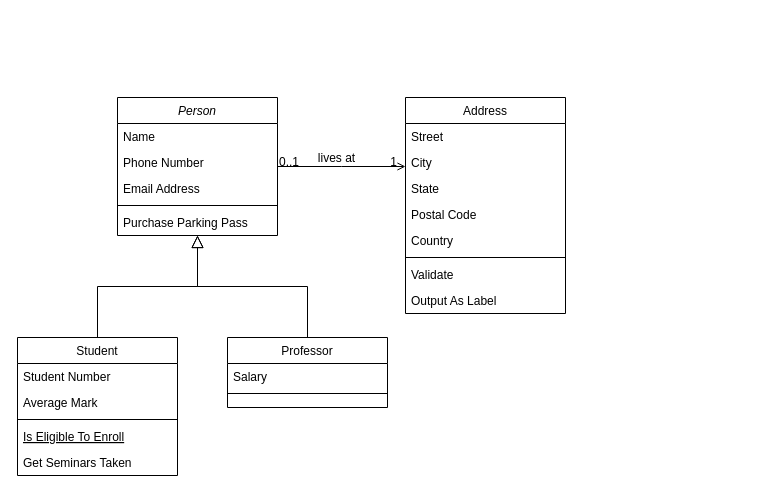
Above: Snowflake_Database.drawio in arnaud-dg/CT_gov_project (draw.io), before the change. Source tidied: cells renumbered, new cells numbered last; positions are measured from the earlier drawing's top-left corner, leaving out a move shared by most shapes. Both pictures are drawn from the tidied source at 100%, with x=0, y=0 at pixel (17, 97).
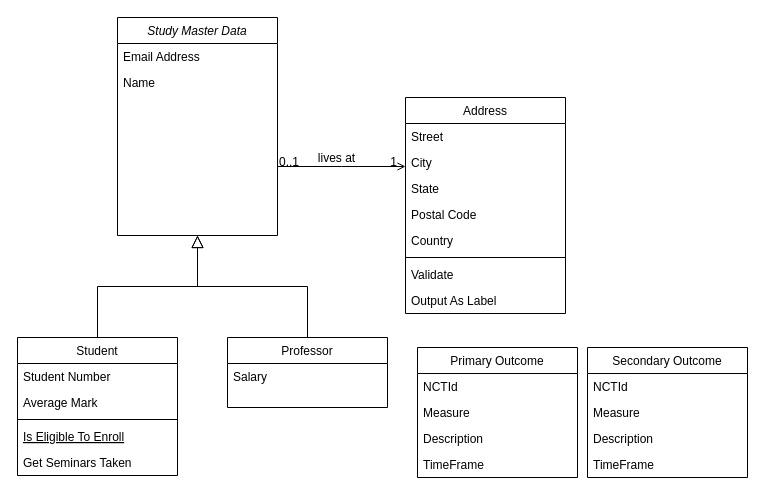
The same page after the edit.

Commit message:
Mettre à jour Snowflake_Database.drawio

The change refers to these unchanged cells:
```xml
<mxCell id="15" value="Professor" style="swimlane;fontStyle=0;align=center;verticalAlign=top;horizontal=1;startSize=26;rounded=0;shadow=0;strokeWidth=1;" parent="1" vertex="1">
  <mxGeometry x="210" y="240" width="160" height="70" as="geometry" />
</mxCell>
```

What changed in the source:
```diff
@@
-    <mxCell id="2" value="Person" style="swimlane;fontStyle=2;align=center;verticalAlign=top;horizontal=1;startSize=26;rounded=0;shadow=0;strokeWidth=1;" parent="1" vertex="1">
-      <mxGeometry x="100" width="160" height="138" as="geometry" />
+    <mxCell id="2" value="Study Master Data" style="swimlane;fontStyle=2;align=center;verticalAlign=top;horizontal=1;startSize=26;rounded=0;shadow=0;strokeWidth=1;" parent="1" vertex="1">
+      <mxGeometry x="100" y="-80" width="160" height="218" as="geometry" />
     </mxCell>
+    <mxCell id="5" value="Email Address" style="text;align=left;verticalAlign=top;spacingLeft=4;spacingRight=4;overflow=hidden;rounded=0;shadow=0;html=0;" parent="2" vertex="1">
+      <mxGeometry y="26" width="160" height="26" as="geometry" />
+    </mxCell>
     <mxCell id="3" value="Name" style="text;align=left;verticalAlign=top;spacingLeft=4;spacingRight=4;overflow=hidden;" parent="2" vertex="1">
-      <mxGeometry y="26" width="160" height="26" as="geometry" />
+      <mxGeometry y="52" width="160" height="26" as="geometry" />
     </mxCell>
-    <mxCell id="4" value="Phone Number" style="text;align=left;verticalAlign=top;spacingLeft=4;spacingRight=4;overflow=hidden;rounded=0;shadow=0;html=0;" parent="2" vertex="1">
-      <mxGeometry y="52" width="160" height="26" as="geometry" />
-    </mxCell>
-    <mxCell id="5" value="Email Address" style="text;align=left;verticalAlign=top;spacingLeft=4;spacingRight=4;overflow=hidden;rounded=0;shadow=0;html=0;" parent="2" vertex="1">
-      <mxGeometry y="78" width="160" height="26" as="geometry" />
-    </mxCell>
-    <mxCell id="6" style="line;html=1;strokeWidth=1;align=left;verticalAlign=middle;spacingTop=-1;spacingLeft=3;spacingRight=3;labelPosition=right;" parent="2" vertex="1">
-      <mxGeometry y="104" width="160" height="8" as="geometry" />
-    </mxCell>
-    <mxCell id="7" value="Purchase Parking Pass" style="text;align=left;verticalAlign=top;spacingLeft=4;spacingRight=4;overflow=hidden;" parent="2" vertex="1">
-      <mxGeometry y="112" width="160" height="26" as="geometry" />
-    </mxCell>
+    <mxCell id="32" style="text;align=left;verticalAlign=top;spacingLeft=4;spacingRight=4;overflow=hidden;rounded=0;shadow=0;html=0;" parent="2" vertex="1">
+      <mxGeometry y="78" width="160" height="26" as="geometry" />
+    </mxCell>
+    <mxCell id="33" style="text;align=left;verticalAlign=top;spacingLeft=4;spacingRight=4;overflow=hidden;rounded=0;shadow=0;html=0;" parent="2" vertex="1">
+      <mxGeometry y="104" width="160" height="26" as="geometry" />
+    </mxCell>
+    <mxCell id="34" style="text;align=left;verticalAlign=top;spacingLeft=4;spacingRight=4;overflow=hidden;rounded=0;shadow=0;html=0;" parent="2" vertex="1">
+      <mxGeometry y="130" width="160" height="26" as="geometry" />
+    </mxCell>
+    <mxCell id="35" style="text;align=left;verticalAlign=top;spacingLeft=4;spacingRight=4;overflow=hidden;rounded=0;shadow=0;html=0;" parent="2" vertex="1">
+      <mxGeometry y="156" width="160" height="26" as="geometry" />
+    </mxCell>
+    <mxCell id="36" style="text;align=left;verticalAlign=top;spacingLeft=4;spacingRight=4;overflow=hidden;rounded=0;shadow=0;html=0;" parent="2" vertex="1">
+      <mxGeometry y="182" width="160" height="26" as="geometry" />
+    </mxCell>
@@
-    <mxCell id="17" style="line;html=1;strokeWidth=1;align=left;verticalAlign=middle;spacingTop=-1;spacingLeft=3;spacingRight=3;labelPosition=right;" parent="15" vertex="1">
-      <mxGeometry y="52" width="160" height="8" as="geometry" />
-    </mxCell>
@@
+    <mxCell id="37" value="Primary Outcome" style="swimlane;fontStyle=0;align=center;verticalAlign=top;horizontal=1;startSize=26;rounded=0;shadow=0;strokeWidth=1;" parent="1" vertex="1">
+      <mxGeometry x="400" y="250" width="160" height="130" as="geometry" />
+    </mxCell>
+    <mxCell id="38" value="NCTId" style="text;align=left;verticalAlign=top;spacingLeft=4;spacingRight=4;overflow=hidden;" parent="37" vertex="1">
+      <mxGeometry y="26" width="160" height="26" as="geometry" />
+    </mxCell>
+    <mxCell id="39" value="Measure" style="text;align=left;verticalAlign=top;spacingLeft=4;spacingRight=4;overflow=hidden;" parent="37" vertex="1">
+      <mxGeometry y="52" width="160" height="26" as="geometry" />
+    </mxCell>
+    <mxCell id="40" value="Description" style="text;align=left;verticalAlign=top;spacingLeft=4;spacingRight=4;overflow=hidden;" parent="37" vertex="1">
+      <mxGeometry y="78" width="160" height="26" as="geometry" />
+    </mxCell>
+    <mxCell id="41" value="TimeFrame" style="text;align=left;verticalAlign=top;spacingLeft=4;spacingRight=4;overflow=hidden;" parent="37" vertex="1">
+      <mxGeometry y="104" width="160" height="26" as="geometry" />
+    </mxCell>
+    <mxCell id="42" value="Secondary Outcome" style="swimlane;fontStyle=0;align=center;verticalAlign=top;horizontal=1;startSize=26;rounded=0;shadow=0;strokeWidth=1;" parent="1" vertex="1">
+      <mxGeometry x="570" y="250" width="160" height="130" as="geometry" />
+    </mxCell>
+    <mxCell id="43" value="NCTId" style="text;align=left;verticalAlign=top;spacingLeft=4;spacingRight=4;overflow=hidden;" parent="42" vertex="1">
+      <mxGeometry y="26" width="160" height="26" as="geometry" />
+    </mxCell>
+    <mxCell id="44" value="Measure" style="text;align=left;verticalAlign=top;spacingLeft=4;spacingRight=4;overflow=hidden;" parent="42" vertex="1">
+      <mxGeometry y="52" width="160" height="26" as="geometry" />
+    </mxCell>
+    <mxCell id="45" value="Description" style="text;align=left;verticalAlign=top;spacingLeft=4;spacingRight=4;overflow=hidden;" parent="42" vertex="1">
+      <mxGeometry y="78" width="160" height="26" as="geometry" />
+    </mxCell>
+    <mxCell id="46" value="TimeFrame" style="text;align=left;verticalAlign=top;spacingLeft=4;spacingRight=4;overflow=hidden;" parent="42" vertex="1">
+      <mxGeometry y="104" width="160" height="26" as="geometry" />
+    </mxCell>
```
